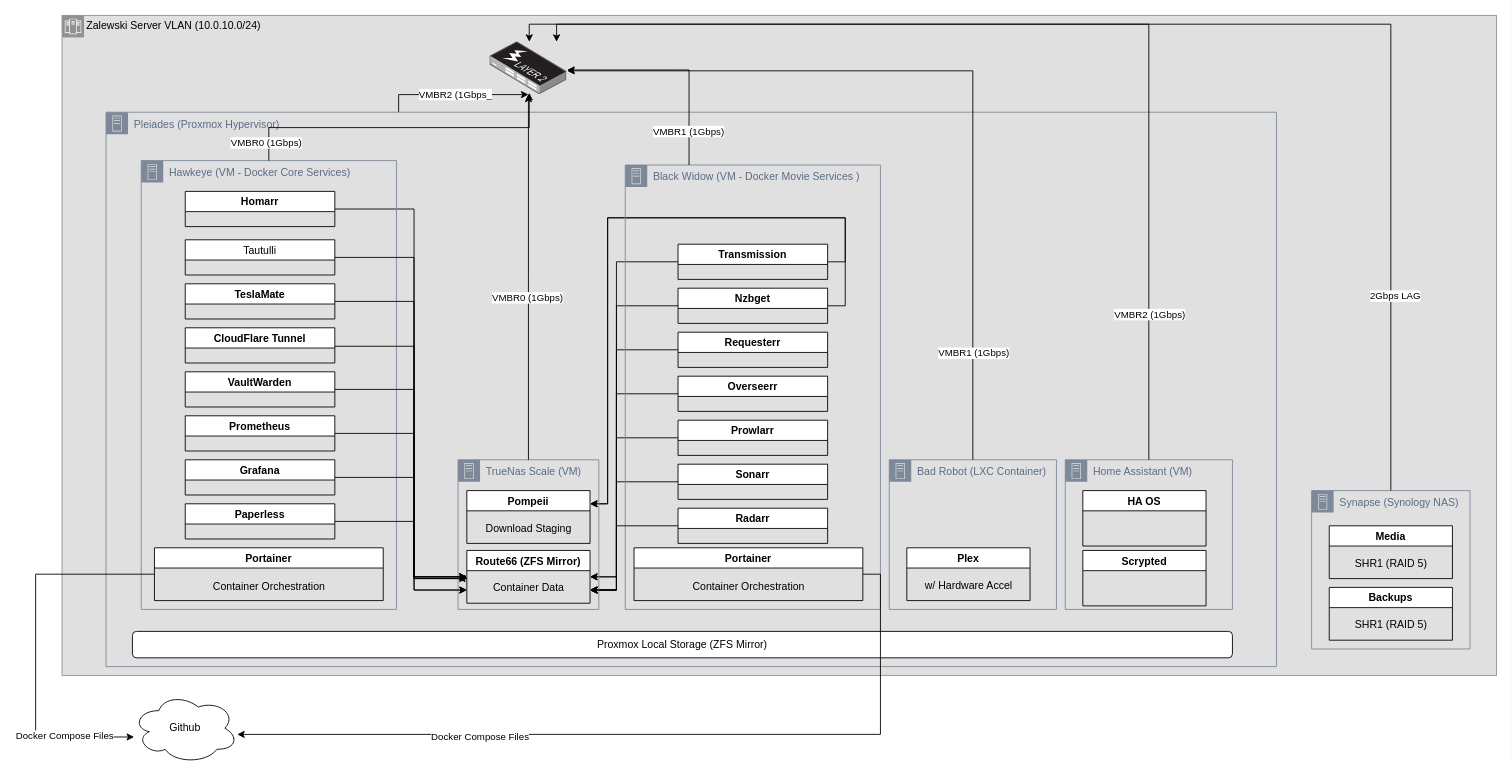
This is Zalewski Cloud.drawio from mark-zalewski/General, a draw.io file, before an edit. Source tidied: cells renumbered, new cells numbered last; positions are measured from the earlier drawing's top-left corner, leaving out a move shared by most shapes. Both pictures are drawn from the tidied source at 88%, with x=0, y=0 at pixel (35, 15).
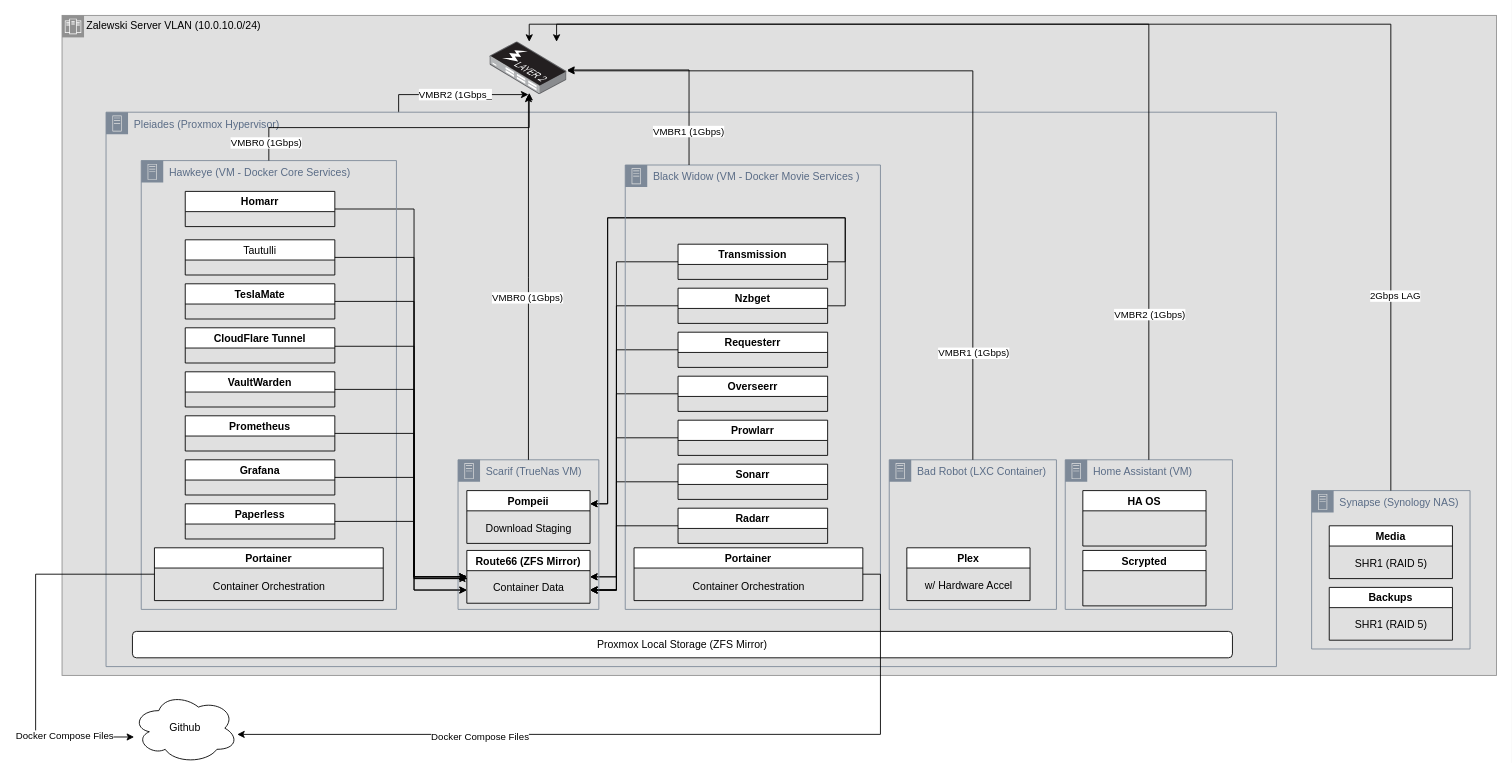
The same diagram, later.

Unchanged cells that the change refers to:
```xml
<mxCell id="37" value="Pleiades (Proxmox Hypervisor)" style="points=[[0,0],[0.25,0],[0.5,0],[0.75,0],[1,0],[1,0.25],[1,0.5],[1,0.75],[1,1],[0.75,1],[0.5,1],[0.25,1],[0,1],[0,0.75],[0,0.5],[0,0.25]];outlineConnect=0;gradientColor=none;html=1;whiteSpace=wrap;fontSize=12;fontStyle=0;shape=mxgraph.aws4.group;grIcon=mxgraph.aws4.group_on_premise;strokeColor=#7D8998;fillColor=none;verticalAlign=top;align=left;spacingLeft=30;fontColor=#5A6C86;dashed=0;" parent="1" vertex="1">
  <mxGeometry x="80" y="110" width="1330" height="630" as="geometry" />
</mxCell>
```

Diff of the diagram source:
```diff
@@
-    <mxCell id="49" value="TrueNas Scale (VM)" style="points=[[0,0],[0.25,0],[0.5,0],[0.75,0],[1,0],[1,0.25],[1,0.5],[1,0.75],[1,1],[0.75,1],[0.5,1],[0.25,1],[0,1],[0,0.75],[0,0.5],[0,0.25]];outlineConnect=0;gradientColor=none;html=1;whiteSpace=wrap;fontSize=12;fontStyle=0;shape=mxgraph.aws4.group;grIcon=mxgraph.aws4.group_on_premise;strokeColor=#7D8998;fillColor=none;verticalAlign=top;align=left;spacingLeft=30;fontColor=#5A6C86;dashed=0;" parent="37" vertex="1">
+    <mxCell id="49" value="Scarif (TrueNas VM)" style="points=[[0,0],[0.25,0],[0.5,0],[0.75,0],[1,0],[1,0.25],[1,0.5],[1,0.75],[1,1],[0.75,1],[0.5,1],[0.25,1],[0,1],[0,0.75],[0,0.5],[0,0.25]];outlineConnect=0;gradientColor=none;html=1;whiteSpace=wrap;fontSize=12;fontStyle=0;shape=mxgraph.aws4.group;grIcon=mxgraph.aws4.group_on_premise;strokeColor=#7D8998;fillColor=none;verticalAlign=top;align=left;spacingLeft=30;fontColor=#5A6C86;dashed=0;" parent="37" vertex="1">
       <mxGeometry x="400" y="395" width="160" height="170" as="geometry" />
     </mxCell>
```
